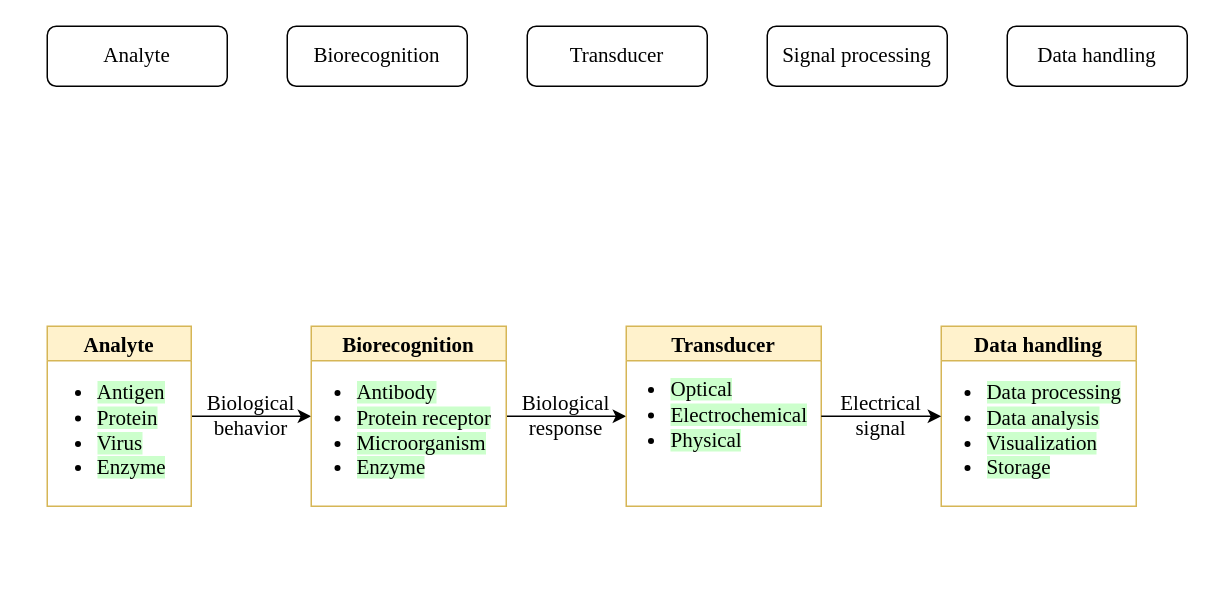
The draw.io diagram biosensor_components.drawio in SamMachariaPhD/modeling_and_simulation, before the edit. Source tidied: cells renumbered, new cells numbered last; positions are measured from the earlier drawing's top-left corner, leaving out a move shared by most shapes. Both pictures are drawn from the tidied source at 150%, with x=0, y=0 at pixel (26, 26).
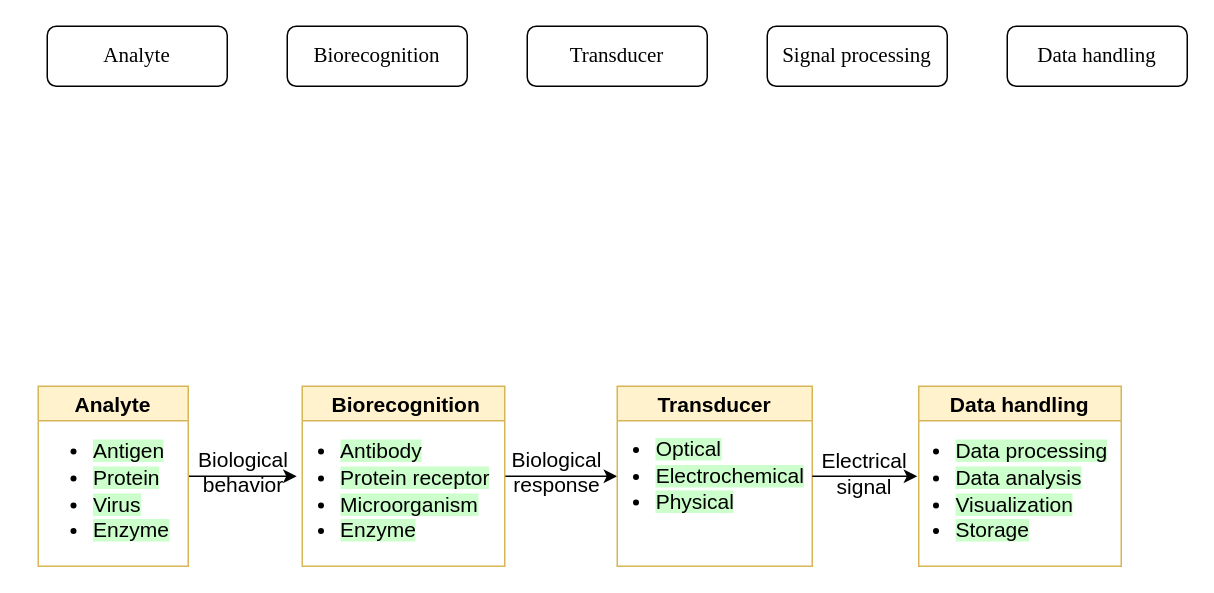
The same page after the edit.

Diff of the diagram source:
```diff
@@
-    <mxCell id="8" value="Analyte" style="swimlane;fontFamily=Times New Roman;fontSize=14;fillColor=#fff2cc;strokeColor=#d6b656;" parent="1" vertex="1">
-      <mxGeometry x="14" y="200" width="96" height="120" as="geometry" />
+    <mxCell id="8" value="Analyte" style="swimlane;fontFamily=Helvetica;fontSize=14;fillColor=#fff2cc;strokeColor=#d6b656;" parent="1" vertex="1">
+      <mxGeometry x="8" y="240" width="100" height="120" as="geometry" />
     </mxCell>
-    <mxCell id="9" value="&lt;ul&gt;&lt;li style=&quot;text-align: justify&quot;&gt;&lt;span style=&quot;background-color: rgb(204 , 255 , 204)&quot;&gt;Antigen&lt;/span&gt;&lt;/li&gt;&lt;li style=&quot;text-align: justify&quot;&gt;&lt;span style=&quot;background-color: rgb(204 , 255 , 204)&quot;&gt;Protein&lt;/span&gt;&lt;/li&gt;&lt;li style=&quot;text-align: justify&quot;&gt;&lt;span style=&quot;background-color: rgb(204 , 255 , 204)&quot;&gt;Virus&lt;/span&gt;&lt;/li&gt;&lt;li style=&quot;text-align: justify&quot;&gt;&lt;span style=&quot;background-color: rgb(204 , 255 , 204)&quot;&gt;Enzyme&lt;/span&gt;&lt;/li&gt;&lt;/ul&gt;" style="text;html=1;align=center;verticalAlign=middle;strokeColor=none;fontSize=14;fontFamily=Times New Roman;" parent="8" vertex="1">
-      <mxGeometry x="-14" y="20" width="100" height="100" as="geometry" />
+    <mxCell id="9" value="&lt;ul&gt;&lt;li&gt;&lt;span style=&quot;background-color: rgb(204 , 255 , 204)&quot;&gt;&lt;font face=&quot;Helvetica&quot;&gt;Antigen&lt;/font&gt;&lt;/span&gt;&lt;/li&gt;&lt;li&gt;&lt;span style=&quot;background-color: rgb(204 , 255 , 204)&quot;&gt;&lt;font face=&quot;Helvetica&quot;&gt;Protein&lt;/font&gt;&lt;/span&gt;&lt;/li&gt;&lt;li&gt;&lt;span style=&quot;background-color: rgb(204 , 255 , 204)&quot;&gt;&lt;font face=&quot;Helvetica&quot;&gt;Virus&lt;/font&gt;&lt;/span&gt;&lt;/li&gt;&lt;li&gt;&lt;span style=&quot;background-color: rgb(204 , 255 , 204)&quot;&gt;&lt;font face=&quot;Helvetica&quot;&gt;Enzyme&lt;/font&gt;&lt;/span&gt;&lt;/li&gt;&lt;/ul&gt;" style="text;html=1;align=left;verticalAlign=middle;strokeColor=none;fontSize=14;fontFamily=Times New Roman;" parent="8" vertex="1">
+      <mxGeometry x="-5" y="20" width="100" height="100" as="geometry" />
     </mxCell>
@@
-    <mxCell id="11" value="Biorecognition" style="swimlane;fontFamily=Times New Roman;fontSize=14;fillColor=#fff2cc;strokeColor=#d6b656;" parent="1" vertex="1">
-      <mxGeometry x="190" y="200" width="130" height="120" as="geometry" />
+    <mxCell id="11" value=" Biorecognition" style="swimlane;fontFamily=Helvetica;fontSize=14;fillColor=#fff2cc;strokeColor=#d6b656;" parent="1" vertex="1">
+      <mxGeometry x="184" y="240" width="135" height="120" as="geometry" />
     </mxCell>
-    <mxCell id="12" value="&lt;ul&gt;&lt;li style=&quot;text-align: justify&quot;&gt;&lt;span style=&quot;background-color: rgb(204 , 255 , 204)&quot;&gt;Antibody&lt;/span&gt;&lt;/li&gt;&lt;li style=&quot;text-align: justify&quot;&gt;&lt;span style=&quot;background-color: rgb(204 , 255 , 204)&quot;&gt;Protein receptor&lt;/span&gt;&lt;/li&gt;&lt;li style=&quot;text-align: justify&quot;&gt;&lt;span style=&quot;background-color: rgb(204 , 255 , 204)&quot;&gt;Microorganism&lt;/span&gt;&lt;/li&gt;&lt;li style=&quot;text-align: justify&quot;&gt;&lt;span style=&quot;background-color: rgb(204 , 255 , 204)&quot;&gt;Enzyme&lt;/span&gt;&lt;/li&gt;&lt;/ul&gt;" style="text;html=1;align=center;verticalAlign=middle;points=[];strokeColor=none;fontSize=14;fontFamily=Times New Roman;" parent="11" vertex="1">
-      <mxGeometry x="-20" y="20" width="150" height="100" as="geometry" />
+    <mxCell id="12" value="&lt;ul&gt;&lt;li style=&quot;text-align: justify&quot;&gt;&lt;span style=&quot;background-color: rgb(204 , 255 , 204)&quot;&gt;&lt;font face=&quot;Helvetica&quot;&gt;Antibody&lt;/font&gt;&lt;/span&gt;&lt;/li&gt;&lt;li style=&quot;text-align: justify&quot;&gt;&lt;span style=&quot;background-color: rgb(204 , 255 , 204)&quot;&gt;&lt;font face=&quot;Helvetica&quot;&gt;Protein receptor&lt;/font&gt;&lt;/span&gt;&lt;/li&gt;&lt;li style=&quot;text-align: justify&quot;&gt;&lt;span style=&quot;background-color: rgb(204 , 255 , 204)&quot;&gt;&lt;font face=&quot;Helvetica&quot;&gt;Microorganism&lt;/font&gt;&lt;/span&gt;&lt;/li&gt;&lt;li style=&quot;text-align: justify&quot;&gt;&lt;span style=&quot;background-color: rgb(204 , 255 , 204)&quot;&gt;&lt;font face=&quot;Helvetica&quot;&gt;Enzyme&lt;/font&gt;&lt;/span&gt;&lt;/li&gt;&lt;/ul&gt;" style="text;html=1;align=center;verticalAlign=middle;points=[];strokeColor=none;fontSize=14;fontFamily=Times New Roman;" parent="11" vertex="1">
+      <mxGeometry x="-25" y="20" width="160" height="100" as="geometry" />
     </mxCell>
-    <mxCell id="13" value="Transducer" style="swimlane;fontFamily=Times New Roman;fontSize=14;fillColor=#fff2cc;strokeColor=#d6b656;" parent="1" vertex="1">
-      <mxGeometry x="400" y="200" width="130" height="120" as="geometry" />
+    <mxCell id="13" value="Transducer" style="swimlane;fontFamily=Helvetica;fontSize=14;fillColor=#fff2cc;strokeColor=#d6b656;" parent="1" vertex="1">
+      <mxGeometry x="394" y="240" width="130" height="120" as="geometry" />
     </mxCell>
-    <mxCell id="14" value="&lt;ul&gt;&lt;li style=&quot;text-align: justify&quot;&gt;&lt;span style=&quot;background-color: rgb(204 , 255 , 204)&quot;&gt;Optical&lt;/span&gt;&lt;/li&gt;&lt;li style=&quot;text-align: justify&quot;&gt;&lt;span style=&quot;background-color: rgb(204 , 255 , 204)&quot;&gt;Electrochemical&lt;/span&gt;&lt;/li&gt;&lt;li style=&quot;text-align: justify&quot;&gt;&lt;span style=&quot;background-color: rgb(204 , 255 , 204)&quot;&gt;Physical&lt;/span&gt;&lt;/li&gt;&lt;/ul&gt;" style="text;html=1;align=center;verticalAlign=middle;points=[];strokeColor=none;fontSize=14;fontFamily=Times New Roman;" parent="13" vertex="1">
+    <mxCell id="14" value="&lt;ul&gt;&lt;li style=&quot;text-align: justify&quot;&gt;&lt;span style=&quot;background-color: rgb(204 , 255 , 204)&quot;&gt;&lt;font face=&quot;Helvetica&quot;&gt;Optical&lt;/font&gt;&lt;/span&gt;&lt;/li&gt;&lt;li style=&quot;text-align: justify&quot;&gt;&lt;span style=&quot;background-color: rgb(204 , 255 , 204)&quot;&gt;&lt;font face=&quot;Helvetica&quot;&gt;Electrochemical&lt;/font&gt;&lt;/span&gt;&lt;/li&gt;&lt;li style=&quot;text-align: justify&quot;&gt;&lt;span style=&quot;background-color: rgb(204 , 255 , 204)&quot;&gt;&lt;font face=&quot;Helvetica&quot;&gt;Physical&lt;/font&gt;&lt;/span&gt;&lt;/li&gt;&lt;/ul&gt;" style="text;html=1;align=center;verticalAlign=middle;points=[];strokeColor=none;fontSize=14;fontFamily=Times New Roman;" parent="13" vertex="1">
       <mxGeometry x="-20" y="20" width="150" height="80" as="geometry" />
     </mxCell>
-    <mxCell id="15" value="Data handling" style="swimlane;fontFamily=Times New Roman;fontSize=14;fillColor=#fff2cc;strokeColor=#d6b656;" parent="1" vertex="1">
-      <mxGeometry x="610" y="200" width="130" height="120" as="geometry" />
+    <mxCell id="15" value="Data handling" style="swimlane;fontFamily=Helvetica;fontSize=14;fillColor=#fff2cc;strokeColor=#d6b656;" parent="1" vertex="1">
+      <mxGeometry x="595" y="240" width="135" height="120" as="geometry" />
     </mxCell>
-    <mxCell id="16" value="&lt;ul&gt;&lt;li style=&quot;text-align: justify&quot;&gt;&lt;span style=&quot;background-color: rgb(204 , 255 , 204)&quot;&gt;Data processing&lt;/span&gt;&lt;/li&gt;&lt;li style=&quot;text-align: justify&quot;&gt;&lt;span style=&quot;background-color: rgb(204 , 255 , 204)&quot;&gt;Data analysis&lt;/span&gt;&lt;/li&gt;&lt;li style=&quot;text-align: justify&quot;&gt;&lt;span style=&quot;background-color: rgb(204 , 255 , 204)&quot;&gt;Visualization&lt;/span&gt;&lt;/li&gt;&lt;li style=&quot;text-align: justify&quot;&gt;&lt;span style=&quot;background-color: rgb(204 , 255 , 204)&quot;&gt;Storage&lt;/span&gt;&lt;/li&gt;&lt;/ul&gt;" style="text;html=1;align=center;verticalAlign=middle;points=[];strokeColor=none;fontSize=14;fontFamily=Times New Roman;" parent="15" vertex="1">
-      <mxGeometry x="-20" y="20" width="150" height="100" as="geometry" />
+    <mxCell id="16" value="&lt;ul&gt;&lt;li style=&quot;text-align: justify&quot;&gt;&lt;span style=&quot;background-color: rgb(204 , 255 , 204)&quot;&gt;&lt;font face=&quot;Helvetica&quot;&gt;Data processing&lt;/font&gt;&lt;/span&gt;&lt;/li&gt;&lt;li style=&quot;text-align: justify&quot;&gt;&lt;span style=&quot;background-color: rgb(204 , 255 , 204)&quot;&gt;&lt;font face=&quot;Helvetica&quot;&gt;Data analysis&lt;/font&gt;&lt;/span&gt;&lt;/li&gt;&lt;li style=&quot;text-align: justify&quot;&gt;&lt;span style=&quot;background-color: rgb(204 , 255 , 204)&quot;&gt;&lt;font face=&quot;Helvetica&quot;&gt;Visualization&lt;/font&gt;&lt;/span&gt;&lt;/li&gt;&lt;li style=&quot;text-align: justify&quot;&gt;&lt;span style=&quot;background-color: rgb(204 , 255 , 204)&quot;&gt;&lt;font face=&quot;Helvetica&quot;&gt;Storage&lt;/font&gt;&lt;/span&gt;&lt;/li&gt;&lt;/ul&gt;" style="text;html=1;align=center;verticalAlign=middle;points=[];strokeColor=none;fontSize=14;fontFamily=Times New Roman;" parent="15" vertex="1">
+      <mxGeometry x="-25" y="20" width="160" height="100" as="geometry" />
     </mxCell>
-    <mxCell id="17" value="Biological&lt;br&gt;behavior" style="text;html=1;strokeColor=none;fillColor=none;align=center;verticalAlign=middle;whiteSpace=wrap;rounded=0;fontFamily=Times New Roman;fontSize=14;" parent="1" vertex="1">
-      <mxGeometry x="130" y="250" width="40" height="20" as="geometry" />
+    <mxCell id="17" value="Biological&lt;br&gt;behavior" style="text;html=1;strokeColor=none;fillColor=none;align=center;verticalAlign=middle;whiteSpace=wrap;rounded=0;fontFamily=Helvetica;fontSize=14;" parent="1" vertex="1">
+      <mxGeometry x="125" y="287" width="40" height="20" as="geometry" />
     </mxCell>
-    <mxCell id="18" value="Biological&lt;br&gt;response" style="text;html=1;strokeColor=none;fillColor=none;align=center;verticalAlign=middle;whiteSpace=wrap;rounded=0;fontFamily=Times New Roman;fontSize=14;" parent="1" vertex="1">
-      <mxGeometry x="340" y="250" width="40" height="20" as="geometry" />
+    <mxCell id="18" value="Biological&lt;br&gt;response" style="text;html=1;strokeColor=none;fillColor=none;align=center;verticalAlign=middle;whiteSpace=wrap;rounded=0;fontFamily=Helvetica;fontSize=14;" parent="1" vertex="1">
+      <mxGeometry x="334" y="287" width="40" height="20" as="geometry" />
     </mxCell>
-    <mxCell id="19" value="Electrical&lt;br&gt;signal" style="text;html=1;strokeColor=none;fillColor=none;align=center;verticalAlign=middle;whiteSpace=wrap;rounded=0;fontFamily=Times New Roman;fontSize=14;" parent="1" vertex="1">
-      <mxGeometry x="550" y="250" width="40" height="20" as="geometry" />
+    <mxCell id="19" value="Electrical&lt;br&gt;signal" style="text;html=1;strokeColor=none;fillColor=none;align=center;verticalAlign=middle;whiteSpace=wrap;rounded=0;fontFamily=Helvetica;fontSize=14;" parent="1" vertex="1">
+      <mxGeometry x="539" y="288" width="40" height="20" as="geometry" />
     </mxCell>
-    <mxCell id="20" style="edgeStyle=orthogonalEdgeStyle;rounded=0;jettySize=auto;html=1;fontFamily=Times New Roman;fontSize=14;entryX=0.133;entryY=0.4;entryDx=0;entryDy=0;entryPerimeter=0;" parent="1" edge="1" source="14" target="16">
-      <mxGeometry relative="1" as="geometry" />
+    <mxCell id="20" style="edgeStyle=orthogonalEdgeStyle;rounded=0;jettySize=auto;html=1;fontFamily=Times New Roman;fontSize=14;" parent="1" edge="1" source="14">
+      <mxGeometry relative="1" as="geometry">
+        <mxPoint x="594" y="300" as="targetPoint" />
+      </mxGeometry>
     </mxCell>
```
